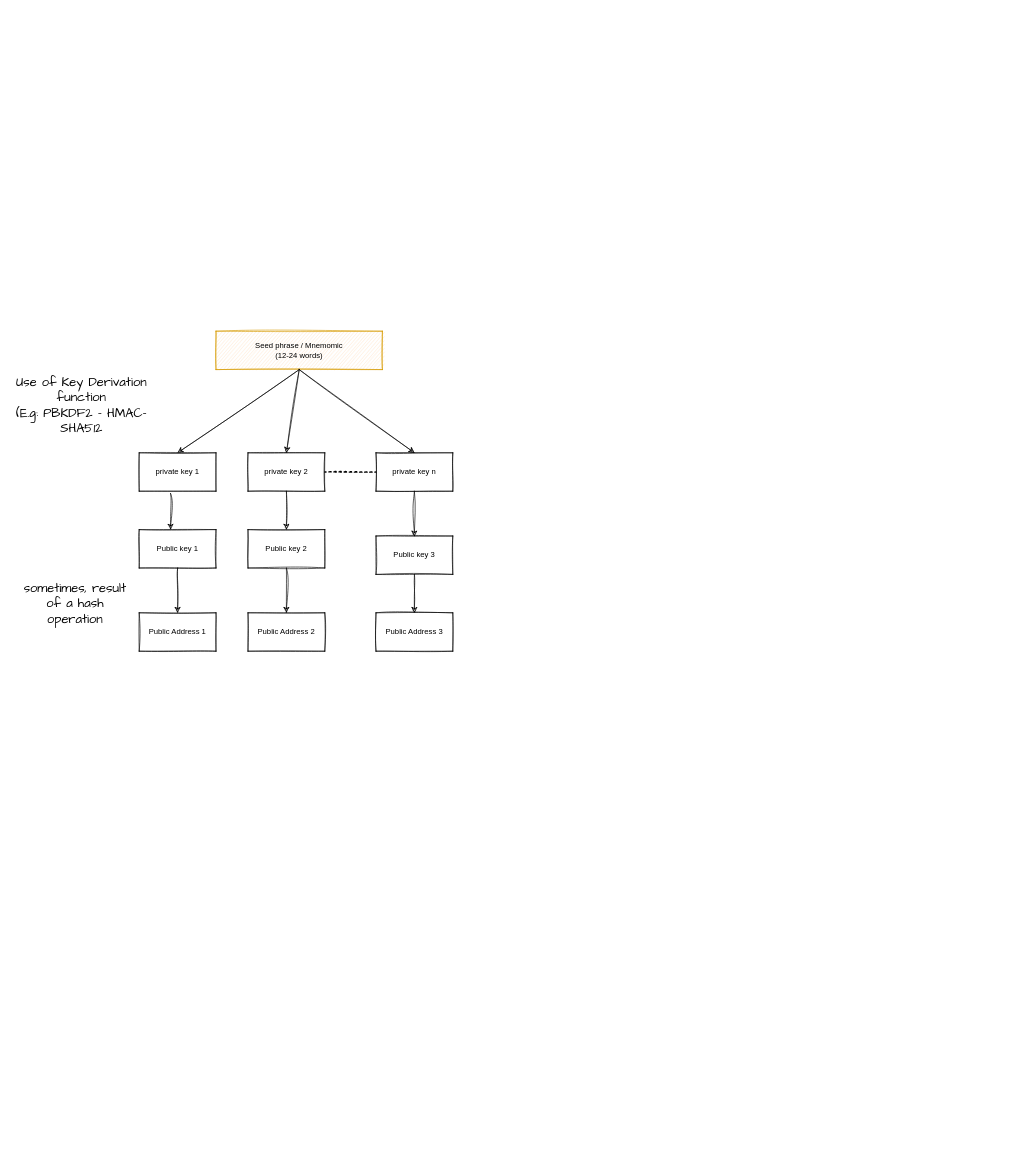
The draw.io diagram page "crypto-wallet-generation" (3 of 20) of schema/crypto-wallet.drawio in rya-sge/access-denied, before the edit. Source tidied: cells renumbered, new cells numbered last; positions are measured from the earlier drawing's top-left corner, leaving out a move shared by most shapes. Both pictures are drawn from the tidied source at 64%, with x=0, y=0 at pixel (11, 331).
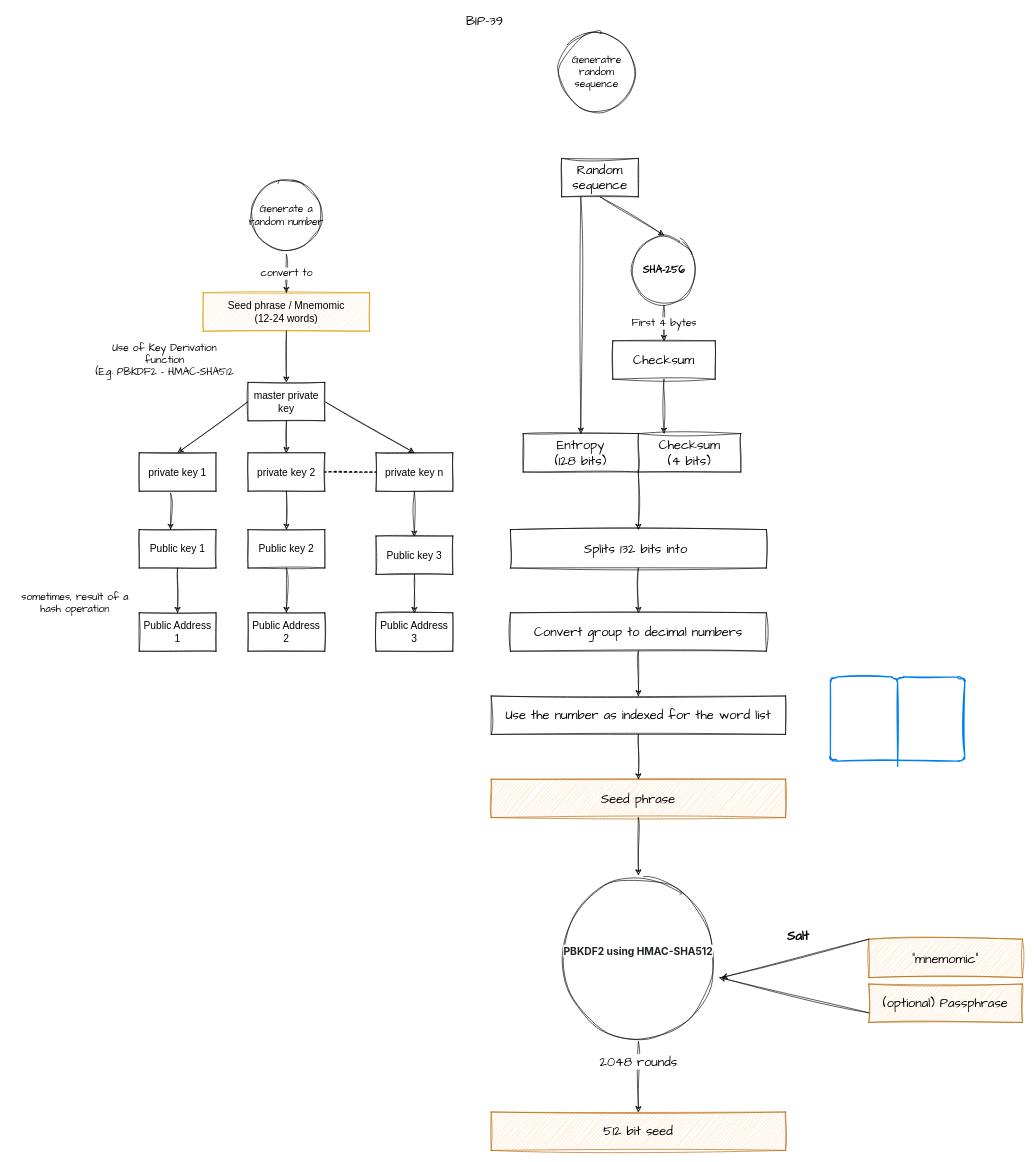
The same page after the edit.

The edit, as a diff of the source:
```diff
@@
-    <mxCell id="2" value="Seed phrase / Mnemomic&lt;br&gt;(12-24 words)" style="rounded=0;whiteSpace=wrap;html=1;fillColor=#ffe6cc;strokeColor=#d79b00;sketch=1;" parent="1" vertex="1">
-      <mxGeometry x="320" width="260" height="60" as="geometry" />
+    <mxCell id="2" value="Seed phrase / Mnemomic&lt;br style=&quot;font-size: 16px;&quot;&gt;(12-24 words)" style="rounded=0;whiteSpace=wrap;html=1;fillColor=#ffe6cc;strokeColor=#d79b00;sketch=1;fontSize=16;" parent="1" vertex="1">
+      <mxGeometry x="300" y="-60" width="260" height="60" as="geometry" />
     </mxCell>
-    <mxCell id="3" style="endArrow=classic;html=1;rounded=0;exitX=0.5;exitY=1;exitDx=0;exitDy=0;entryX=0.5;entryY=0;entryDx=0;entryDy=0;sketch=1;" parent="1" edge="1" source="2" target="4">
+    <mxCell id="3" style="endArrow=classic;html=1;rounded=0;exitX=0;exitY=0.5;exitDx=0;exitDy=0;entryX=0.5;entryY=0;entryDx=0;entryDy=0;sketch=1;fontSize=16;" parent="1" edge="1" source="24" target="4">
       <mxGeometry relative="1" as="geometry" />
     </mxCell>
-    <mxCell id="4" value="private key 1" style="rounded=0;whiteSpace=wrap;html=1;sketch=1;" parent="1" vertex="1">
+    <mxCell id="4" value="private key 1" style="rounded=0;whiteSpace=wrap;html=1;sketch=1;fontSize=16;" parent="1" vertex="1">
       <mxGeometry x="200" y="190" width="120" height="60" as="geometry" />
     </mxCell>
-    <mxCell id="5" value="private key 2" style="rounded=0;whiteSpace=wrap;html=1;sketch=1;" parent="1" vertex="1">
+    <mxCell id="5" value="private key 2" style="rounded=0;whiteSpace=wrap;html=1;sketch=1;fontSize=16;" parent="1" vertex="1">
       <mxGeometry x="370" y="190" width="120" height="60" as="geometry" />
     </mxCell>
-    <mxCell id="6" value="private key n" style="rounded=0;whiteSpace=wrap;html=1;sketch=1;" parent="1" vertex="1">
+    <mxCell id="6" value="private key n" style="rounded=0;whiteSpace=wrap;html=1;sketch=1;fontSize=16;" parent="1" vertex="1">
       <mxGeometry x="570" y="190" width="120" height="60" as="geometry" />
     </mxCell>
-    <mxCell id="7" style="endArrow=classic;html=1;rounded=0;exitX=0.5;exitY=1;exitDx=0;exitDy=0;entryX=0.5;entryY=0;entryDx=0;entryDy=0;sketch=1;" parent="1" edge="1" source="2" target="5">
+    <mxCell id="7" style="endArrow=classic;html=1;rounded=0;exitX=0.5;exitY=1;exitDx=0;exitDy=0;sketch=1;fontSize=16;entryX=0.5;entryY=0;entryDx=0;entryDy=0;" parent="1" edge="1" source="2" target="24">
       <mxGeometry relative="1" as="geometry" />
     </mxCell>
-    <mxCell id="8" style="endArrow=classic;html=1;rounded=0;exitX=0.5;exitY=1;exitDx=0;exitDy=0;entryX=0.5;entryY=0;entryDx=0;entryDy=0;sketch=1;" parent="1" edge="1" source="2" target="6">
+    <mxCell id="8" style="endArrow=classic;html=1;rounded=0;exitX=1;exitY=0.5;exitDx=0;exitDy=0;entryX=0.5;entryY=0;entryDx=0;entryDy=0;sketch=1;fontSize=16;" parent="1" edge="1" source="24" target="6">
       <mxGeometry relative="1" as="geometry" />
     </mxCell>
-    <mxCell id="9" style="endArrow=none;dashed=1;html=1;dashPattern=1 3;strokeWidth=2;rounded=0;exitX=1;exitY=0.5;exitDx=0;exitDy=0;sketch=1;" parent="1" edge="1" source="5">
+    <mxCell id="9" style="endArrow=none;dashed=1;html=1;dashPattern=1 3;strokeWidth=2;rounded=0;exitX=1;exitY=0.5;exitDx=0;exitDy=0;sketch=1;fontSize=16;" parent="1" edge="1" source="5">
       <mxGeometry relative="1" as="geometry">
         <mxPoint x="490" y="220" as="targetPoint" />
         <Array as="points">
           <mxPoint x="570" y="220" />
         </Array>
       </mxGeometry>
     </mxCell>
@@
-    <mxCell id="11" value="Public key 1" style="rounded=0;whiteSpace=wrap;html=1;sketch=1;" parent="1" vertex="1">
+    <mxCell id="11" value="Public key 1" style="rounded=0;whiteSpace=wrap;html=1;sketch=1;fontSize=16;" parent="1" vertex="1">
       <mxGeometry x="200" y="310" width="120" height="60" as="geometry" />
     </mxCell>
-    <mxCell id="12" value="Public key 2" style="rounded=0;whiteSpace=wrap;html=1;sketch=1;" parent="1" vertex="1">
+    <mxCell id="12" value="Public key 2" style="rounded=0;whiteSpace=wrap;html=1;sketch=1;fontSize=16;" parent="1" vertex="1">
       <mxGeometry x="370" y="310" width="120" height="60" as="geometry" />
     </mxCell>
-    <mxCell id="13" value="Public key 3" style="rounded=0;whiteSpace=wrap;html=1;sketch=1;" parent="1" vertex="1">
+    <mxCell id="13" value="Public key 3" style="rounded=0;whiteSpace=wrap;html=1;sketch=1;fontSize=16;" parent="1" vertex="1">
       <mxGeometry x="570" y="320" width="120" height="60" as="geometry" />
     </mxCell>
@@
-    <mxCell id="16" value="Public Address 1" style="rounded=0;whiteSpace=wrap;html=1;sketch=1;" parent="1" vertex="1">
+    <mxCell id="16" value="Public Address 1" style="rounded=0;whiteSpace=wrap;html=1;sketch=1;fontSize=16;" parent="1" vertex="1">
       <mxGeometry x="200" y="440" width="120" height="60" as="geometry" />
     </mxCell>
-    <mxCell id="17" value="Public Address 2" style="rounded=0;whiteSpace=wrap;html=1;sketch=1;" parent="1" vertex="1">
+    <mxCell id="17" value="Public Address 2" style="rounded=0;whiteSpace=wrap;html=1;sketch=1;fontSize=16;" parent="1" vertex="1">
       <mxGeometry x="370" y="440" width="120" height="60" as="geometry" />
     </mxCell>
-    <mxCell id="18" value="Public Address 3" style="rounded=0;whiteSpace=wrap;html=1;sketch=1;" parent="1" vertex="1">
+    <mxCell id="18" value="Public Address 3" style="rounded=0;whiteSpace=wrap;html=1;sketch=1;fontSize=16;" parent="1" vertex="1">
       <mxGeometry x="570" y="440" width="120" height="60" as="geometry" />
     </mxCell>
@@
-    <mxCell id="22" value="sometimes, result of a hash operation" style="text;html=1;strokeColor=none;fillColor=none;align=center;verticalAlign=middle;whiteSpace=wrap;rounded=0;sketch=1;hachureGap=4;jiggle=2;fontFamily=Architects Daughter;fontSize=20;" parent="1" vertex="1">
+    <mxCell id="22" value="sometimes, result of a hash operation" style="text;html=1;strokeColor=none;fillColor=none;align=center;verticalAlign=middle;whiteSpace=wrap;rounded=0;sketch=1;hachureGap=4;jiggle=2;fontFamily=Architects Daughter;fontSize=16;" parent="1" vertex="1">
       <mxGeometry x="10" y="410" width="180" height="30" as="geometry" />
     </mxCell>
-    <mxCell id="23" value="Use of Key Derivation function&lt;br&gt;(E.g: PBKDF2 - HMAC-SHA512" style="text;html=1;strokeColor=none;fillColor=none;align=center;verticalAlign=middle;whiteSpace=wrap;rounded=0;sketch=1;hachureGap=4;jiggle=2;fontFamily=Architects Daughter;fontSize=20;" parent="1" vertex="1">
-      <mxGeometry y="100" width="220" height="30" as="geometry" />
+    <mxCell id="23" value="Use of Key Derivation function&lt;br style=&quot;font-size: 16px;&quot;&gt;(E.g: PBKDF2 - HMAC-SHA512" style="text;html=1;strokeColor=none;fillColor=none;align=center;verticalAlign=middle;whiteSpace=wrap;rounded=0;sketch=1;hachureGap=4;jiggle=2;fontFamily=Architects Daughter;fontSize=16;" parent="1" vertex="1">
+      <mxGeometry x="130" y="30" width="220" height="30" as="geometry" />
     </mxCell>
+    <mxCell id="24" value="master private key" style="rounded=0;whiteSpace=wrap;html=1;sketch=1;fontSize=16;" parent="1" vertex="1">
+      <mxGeometry x="370" y="80" width="120" height="60" as="geometry" />
+    </mxCell>
+    <mxCell id="25" style="endArrow=classic;html=1;rounded=0;exitX=0.5;exitY=1;exitDx=0;exitDy=0;entryX=0.5;entryY=0;entryDx=0;entryDy=0;sketch=1;fontSize=16;" parent="1" edge="1" source="24" target="5">
+      <mxGeometry relative="1" as="geometry" />
+    </mxCell>
+    <mxCell id="26" value="Generate a random number" style="ellipse;whiteSpace=wrap;html=1;sketch=1;hachureGap=4;jiggle=2;fontFamily=Architects Daughter;fontSize=16;" parent="1" vertex="1">
+      <mxGeometry x="370" y="-240" width="120" height="120" as="geometry" />
+    </mxCell>
+    <mxCell id="27" value="convert to" style="endArrow=classic;html=1;rounded=0;sketch=1;hachureGap=4;jiggle=2;fontFamily=Architects Daughter;fontSize=16;exitX=0.5;exitY=1;exitDx=0;exitDy=0;" parent="1" edge="1" source="26" target="2">
+      <mxGeometry relative="1" as="geometry" />
+    </mxCell>
+    <mxCell id="28" value="Generatre random sequence" style="ellipse;whiteSpace=wrap;html=1;sketch=1;hachureGap=4;jiggle=2;fontFamily=Architects Daughter;fontSize=16;" parent="1" vertex="1">
+      <mxGeometry x="850" y="-470" width="130" height="130" as="geometry" />
+    </mxCell>
+    <mxCell id="29" value="SHA-256" style="ellipse;whiteSpace=wrap;html=1;sketch=1;hachureGap=4;jiggle=2;fontFamily=Architects Daughter;fontSize=16;fontStyle=1;" parent="1" vertex="1">
+      <mxGeometry x="965" y="-150" width="110" height="110" as="geometry" />
+    </mxCell>
+    <mxCell id="30" style="endArrow=classic;html=1;rounded=0;sketch=1;hachureGap=4;jiggle=2;fontFamily=Architects Daughter;fontSize=16;exitX=0.5;exitY=1;exitDx=0;exitDy=0;entryX=0.5;entryY=0;entryDx=0;entryDy=0;" parent="1" edge="1" source="31" target="29">
+      <mxGeometry relative="1" as="geometry" />
+    </mxCell>
+    <mxCell id="31" value="Random sequence" style="rounded=0;whiteSpace=wrap;html=1;sketch=1;hachureGap=4;jiggle=2;fontFamily=Architects Daughter;fontSize=20;" parent="1" vertex="1">
+      <mxGeometry x="860" y="-270" width="120" height="60" as="geometry" />
+    </mxCell>
+    <mxCell id="32" value="Checksum" style="rounded=0;whiteSpace=wrap;html=1;sketch=1;hachureGap=4;jiggle=2;fontFamily=Architects Daughter;fontSize=20;" parent="1" vertex="1">
+      <mxGeometry x="940" y="15" width="160" height="60" as="geometry" />
+    </mxCell>
+    <mxCell id="33" value="First 4 bytes" style="endArrow=classic;html=1;rounded=0;sketch=1;hachureGap=4;jiggle=2;fontFamily=Architects Daughter;fontSize=16;exitX=0.5;exitY=1;exitDx=0;exitDy=0;entryX=0.5;entryY=0;entryDx=0;entryDy=0;" parent="1" edge="1" source="29" target="32">
+      <mxGeometry relative="1" as="geometry" />
+    </mxCell>
+    <mxCell id="34" value="BIP-39" style="text;html=1;strokeColor=none;fillColor=none;align=center;verticalAlign=middle;whiteSpace=wrap;rounded=0;sketch=1;hachureGap=4;jiggle=2;fontFamily=Architects Daughter;fontSize=20;" parent="1" vertex="1">
+      <mxGeometry x="710" y="-500" width="60" height="30" as="geometry" />
+    </mxCell>
+    <mxCell id="35" value="Entropy&lt;br&gt;(128 bits)" style="rounded=0;whiteSpace=wrap;html=1;sketch=1;hachureGap=4;jiggle=2;fontFamily=Architects Daughter;fontSize=20;" parent="1" vertex="1">
+      <mxGeometry x="800" y="160" width="180" height="60" as="geometry" />
+    </mxCell>
+    <mxCell id="36" value="Checksum&lt;br&gt;(4 bits)" style="rounded=0;whiteSpace=wrap;html=1;sketch=1;hachureGap=4;jiggle=2;fontFamily=Architects Daughter;fontSize=20;" parent="1" vertex="1">
+      <mxGeometry x="980" y="160" width="160" height="60" as="geometry" />
+    </mxCell>
+    <mxCell id="37" style="endArrow=classic;html=1;rounded=0;sketch=1;hachureGap=4;jiggle=2;fontFamily=Architects Daughter;fontSize=16;exitX=0.5;exitY=1;exitDx=0;exitDy=0;entryX=0.25;entryY=0;entryDx=0;entryDy=0;" parent="1" edge="1" source="32" target="36">
+      <mxGeometry relative="1" as="geometry" />
+    </mxCell>
+    <mxCell id="38" style="endArrow=classic;html=1;rounded=0;sketch=1;hachureGap=4;jiggle=2;fontFamily=Architects Daughter;fontSize=16;exitX=0.25;exitY=1;exitDx=0;exitDy=0;" parent="1" edge="1" source="31" target="35">
+      <mxGeometry relative="1" as="geometry" />
+    </mxCell>
+    <mxCell id="39" value="Splits 132 bits into&amp;nbsp;" style="rounded=0;whiteSpace=wrap;html=1;sketch=1;hachureGap=4;jiggle=2;fontFamily=Architects Daughter;fontSize=20;" parent="1" vertex="1">
+      <mxGeometry x="780" y="310" width="400" height="60" as="geometry" />
+    </mxCell>
+    <mxCell id="40" style="endArrow=classic;html=1;rounded=0;sketch=1;hachureGap=4;jiggle=2;fontFamily=Architects Daughter;fontSize=16;exitX=0;exitY=1;exitDx=0;exitDy=0;entryX=0.5;entryY=0;entryDx=0;entryDy=0;" parent="1" edge="1" source="36" target="39">
+      <mxGeometry relative="1" as="geometry" />
+    </mxCell>
+    <mxCell id="41" value="Convert group to decimal numbers" style="rounded=0;whiteSpace=wrap;html=1;sketch=1;hachureGap=4;jiggle=2;fontFamily=Architects Daughter;fontSize=20;" parent="1" vertex="1">
+      <mxGeometry x="780" y="440" width="400" height="60" as="geometry" />
+    </mxCell>
+    <mxCell id="42" value="Use the number as indexed for the word list" style="rounded=0;whiteSpace=wrap;html=1;sketch=1;hachureGap=4;jiggle=2;fontFamily=Architects Daughter;fontSize=20;" parent="1" vertex="1">
+      <mxGeometry x="750" y="570" width="460" height="60" as="geometry" />
+    </mxCell>
+    <mxCell id="43" style="endArrow=classic;html=1;rounded=0;sketch=1;hachureGap=4;jiggle=2;fontFamily=Architects Daughter;fontSize=16;exitX=0.5;exitY=1;exitDx=0;exitDy=0;entryX=0.5;entryY=0;entryDx=0;entryDy=0;" parent="1" edge="1" source="39" target="41">
+      <mxGeometry relative="1" as="geometry" />
+    </mxCell>
+    <mxCell id="44" style="endArrow=classic;html=1;rounded=0;sketch=1;hachureGap=4;jiggle=2;fontFamily=Architects Daughter;fontSize=16;exitX=0.5;exitY=1;exitDx=0;exitDy=0;entryX=0.5;entryY=0;entryDx=0;entryDy=0;" parent="1" edge="1" source="41" target="42">
+      <mxGeometry relative="1" as="geometry" />
+    </mxCell>
+    <mxCell id="45" style="html=1;verticalLabelPosition=bottom;align=center;labelBackgroundColor=#ffffff;verticalAlign=top;strokeWidth=2;strokeColor=#0080F0;shadow=0;dashed=0;shape=mxgraph.ios7.icons.book;sketch=1;hachureGap=4;jiggle=2;fontFamily=Architects Daughter;fontSize=20;" parent="1" vertex="1">
+      <mxGeometry x="1280" y="540" width="210" height="140" as="geometry" />
+    </mxCell>
+    <mxCell id="46" value="&lt;span style=&quot;color: rgb(31, 35, 40); font-family: -apple-system, BlinkMacSystemFont, &amp;quot;Segoe UI&amp;quot;, &amp;quot;Noto Sans&amp;quot;, Helvetica, Arial, sans-serif, &amp;quot;Apple Color Emoji&amp;quot;, &amp;quot;Segoe UI Emoji&amp;quot;; font-size: 16px; font-style: normal; font-variant-ligatures: normal; font-variant-caps: normal; letter-spacing: normal; orphans: 2; text-align: left; text-indent: 0px; text-transform: none; widows: 2; word-spacing: 0px; -webkit-text-stroke-width: 0px; background-color: rgb(255, 255, 255); text-decoration-thickness: initial; text-decoration-style: initial; text-decoration-color: initial; float: none; display: inline !important;&quot;&gt;PBKDF2 using HMAC-SHA512&lt;br&gt;&lt;span&gt;&amp;nbsp;&lt;/span&gt;&lt;/span&gt;" style="ellipse;whiteSpace=wrap;html=1;sketch=1;hachureGap=4;jiggle=2;fontFamily=Architects Daughter;fontSize=16;fontStyle=1;" parent="1" vertex="1">
+      <mxGeometry x="850" y="850" width="260" height="260" as="geometry" />
+    </mxCell>
+    <mxCell id="47" value="Seed phrase" style="rounded=0;whiteSpace=wrap;html=1;sketch=1;hachureGap=4;jiggle=2;fontFamily=Architects Daughter;fontSize=20;fillColor=#fad7ac;strokeColor=#b46504;" parent="1" vertex="1">
+      <mxGeometry x="750" y="700" width="460" height="60" as="geometry" />
+    </mxCell>
+    <mxCell id="48" style="endArrow=classic;html=1;rounded=0;sketch=1;hachureGap=4;jiggle=2;fontFamily=Architects Daughter;fontSize=16;exitX=0.5;exitY=1;exitDx=0;exitDy=0;" parent="1" edge="1" source="47" target="46">
+      <mxGeometry relative="1" as="geometry" />
+    </mxCell>
+    <mxCell id="49" value="512 bit seed" style="rounded=0;whiteSpace=wrap;html=1;sketch=1;hachureGap=4;jiggle=2;fontFamily=Architects Daughter;fontSize=20;fillColor=#fad7ac;strokeColor=#b46504;" parent="1" vertex="1">
+      <mxGeometry x="750" y="1220" width="460" height="60" as="geometry" />
+    </mxCell>
+    <mxCell id="50" value="&quot;mnemomic&quot;" style="rounded=0;whiteSpace=wrap;html=1;sketch=1;hachureGap=4;jiggle=2;fontFamily=Architects Daughter;fontSize=20;fillColor=#fad7ac;strokeColor=#b46504;" parent="1" vertex="1">
+      <mxGeometry x="1340" y="950" width="240" height="60" as="geometry" />
+    </mxCell>
+    <mxCell id="51" value="(optional) Passphrase" style="rounded=0;whiteSpace=wrap;html=1;sketch=1;hachureGap=4;jiggle=2;fontFamily=Architects Daughter;fontSize=20;fillColor=#fad7ac;strokeColor=#b46504;" parent="1" vertex="1">
+      <mxGeometry x="1340" y="1020" width="240" height="60" as="geometry" />
+    </mxCell>
+    <mxCell id="52" style="endArrow=classic;html=1;rounded=0;sketch=1;hachureGap=4;jiggle=2;fontFamily=Architects Daughter;fontSize=16;exitX=0;exitY=0.75;exitDx=0;exitDy=0;" parent="1" edge="1" source="51" target="46">
+      <mxGeometry relative="1" as="geometry" />
+    </mxCell>
+    <mxCell id="53" style="endArrow=classic;html=1;rounded=0;sketch=1;hachureGap=4;jiggle=2;fontFamily=Architects Daughter;fontSize=16;exitX=0;exitY=0;exitDx=0;exitDy=0;" parent="1" edge="1" source="50">
+      <mxGeometry relative="1" as="geometry">
+        <mxPoint x="1110" y="1010" as="targetPoint" />
+      </mxGeometry>
+    </mxCell>
+    <mxCell id="54" value="Salt" style="text;html=1;strokeColor=none;fillColor=none;align=center;verticalAlign=middle;whiteSpace=wrap;rounded=0;sketch=1;hachureGap=4;jiggle=2;fontFamily=Architects Daughter;fontSize=20;fontStyle=1;" parent="1" vertex="1">
+      <mxGeometry x="1130" y="930" width="200" height="30" as="geometry" />
+    </mxCell>
+    <mxCell id="55" style="endArrow=classic;html=1;rounded=0;sketch=1;hachureGap=4;jiggle=2;fontFamily=Architects Daughter;fontSize=16;exitX=0.5;exitY=1;exitDx=0;exitDy=0;entryX=0.5;entryY=0;entryDx=0;entryDy=0;" parent="1" edge="1" source="46" target="49">
+      <mxGeometry relative="1" as="geometry" />
+    </mxCell>
+    <mxCell id="56" value="2048 rounds" style="edgeLabel;html=1;align=center;verticalAlign=middle;fontSize=20;fontFamily=Architects Daughter;" parent="55" vertex="1">
+      <mxGeometry x="-0.48" y="-1" relative="1" as="geometry">
+        <mxPoint y="1" as="offset" />
+      </mxGeometry>
+    </mxCell>
+    <mxCell id="57" style="endArrow=classic;html=1;rounded=0;sketch=1;hachureGap=4;jiggle=2;fontFamily=Architects Daughter;fontSize=16;exitX=0.5;exitY=1;exitDx=0;exitDy=0;" parent="1" edge="1" source="42" target="47">
+      <mxGeometry relative="1" as="geometry" />
+    </mxCell>
```
